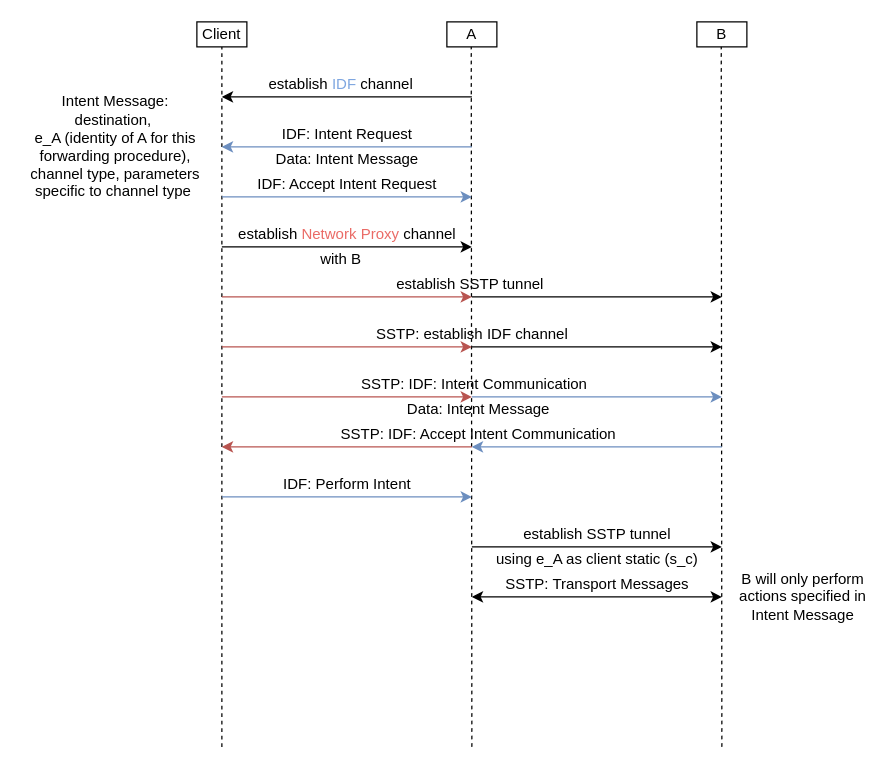
Earlier version of the draw.io diagram paper/figures/identify_forwarding.drawio (hop-proto/hop-go). Source tidied: cells renumbered, new cells numbered last; positions are measured from the earlier drawing's top-left corner, leaving out a move shared by most shapes. Both pictures are drawn from the tidied source at 125%, with x=0, y=0 at pixel (21, 21).
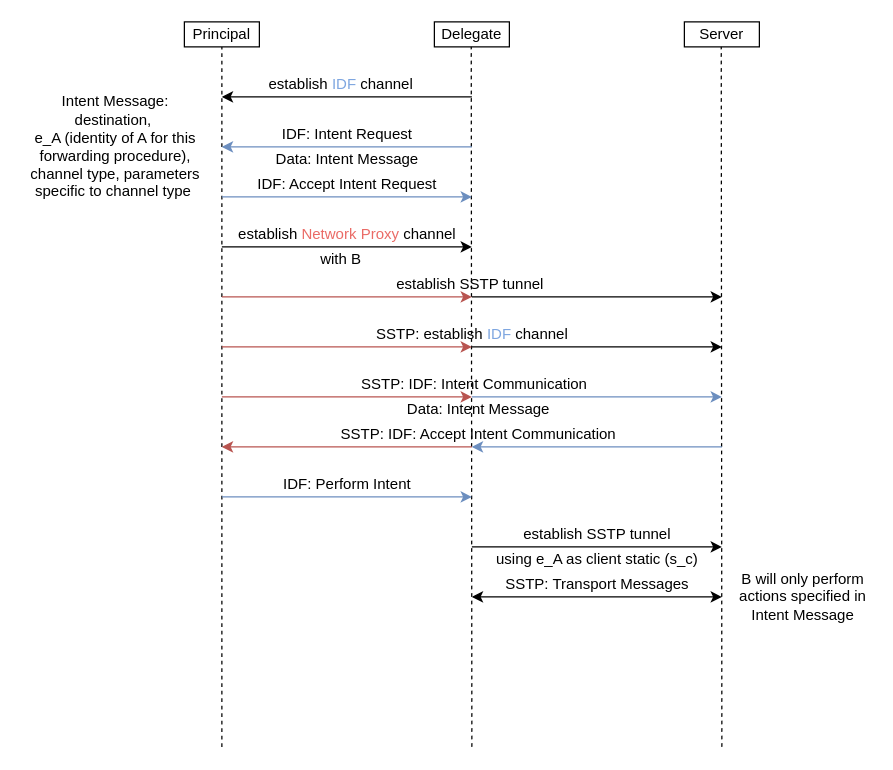
Above is the later version.

Diff of the diagram source:
```diff
@@
-    <mxCell id="2" value="Client" style="rounded=0;whiteSpace=wrap;html=1;" parent="1" vertex="1">
-      <mxGeometry x="140" width="40" height="20" as="geometry" />
+    <mxCell id="2" value="Principal" style="rounded=0;whiteSpace=wrap;html=1;" parent="1" vertex="1">
+      <mxGeometry x="130" width="60" height="20" as="geometry" />
     </mxCell>
-    <mxCell id="3" value="A" style="rounded=0;whiteSpace=wrap;html=1;" parent="1" vertex="1">
-      <mxGeometry x="340" width="40" height="20" as="geometry" />
+    <mxCell id="3" value="Delegate" style="rounded=0;whiteSpace=wrap;html=1;" parent="1" vertex="1">
+      <mxGeometry x="330" width="60" height="20" as="geometry" />
     </mxCell>
-    <mxCell id="4" value="B" style="rounded=0;whiteSpace=wrap;html=1;" parent="1" vertex="1">
-      <mxGeometry x="540" width="40" height="20" as="geometry" />
+    <mxCell id="4" value="Server" style="rounded=0;whiteSpace=wrap;html=1;" parent="1" vertex="1">
+      <mxGeometry x="530" width="60" height="20" as="geometry" />
     </mxCell>
@@
-    <mxCell id="23" value="SSTP: establish IDF channel" style="text;html=1;align=center;verticalAlign=middle;" parent="1" vertex="1">
+    <mxCell id="23" value="SSTP: establish &lt;font color=&quot;#7ea6e0&quot;&gt;IDF&lt;/font&gt; channel" style="text;html=1;align=center;verticalAlign=middle;" parent="1" vertex="1">
       <mxGeometry x="275" y="240" width="170" height="20" as="geometry" />
     </mxCell>
```
